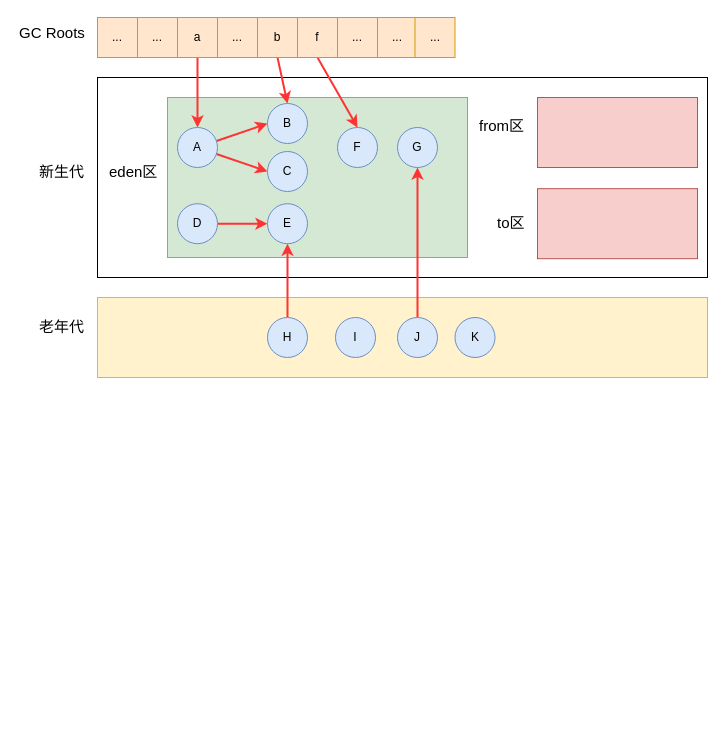
Before: 图解 Remembered Set、Card Table、Write Barrier/图解 Remembered Set、Card Table、Write Barrier.drawio in zero-97/picture-of-the-article, a draw.io diagram. Source tidied: cells renumbered, new cells numbered last; positions are measured from the earlier drawing's top-left corner, leaving out a move shared by most shapes. Both pictures are drawn from the tidied source at 100%, with x=0, y=0 at pixel (17, 17).
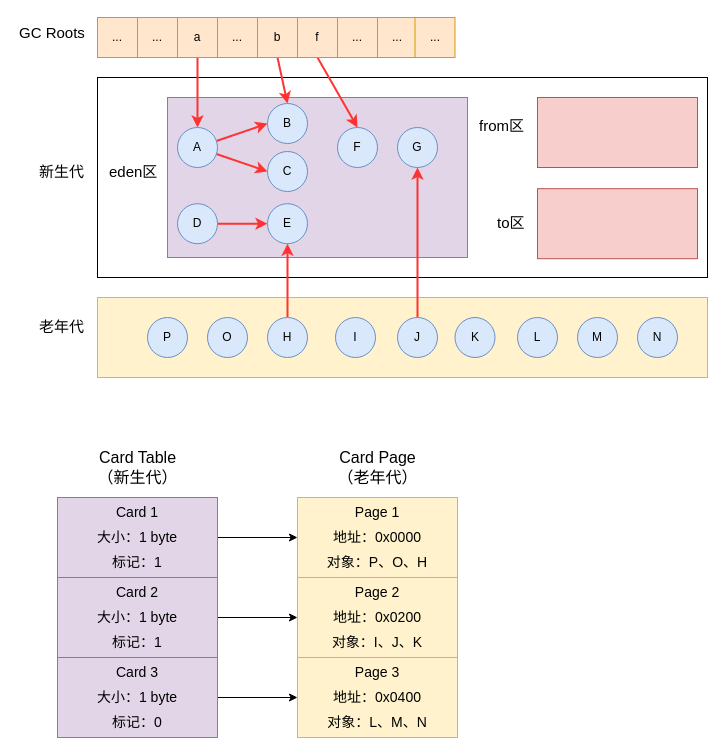
The same diagram, later.

What changed in the source:
```diff
@@
-    <mxCell id="11" style="rounded=0;whiteSpace=wrap;html=1;fillColor=#d5e8d4;strokeColor=#82b366;" parent="1" vertex="1">
+    <mxCell id="11" style="rounded=0;whiteSpace=wrap;html=1;fillColor=#e1d5e7;strokeColor=#9673a6;" parent="1" vertex="1">
       <mxGeometry x="150" y="80" width="300" height="160" as="geometry" />
     </mxCell>
@@
+    <mxCell id="41" value="L" style="ellipse;whiteSpace=wrap;html=1;fillColor=#dae8fc;strokeColor=#6c8ebf;" parent="1" vertex="1">
+      <mxGeometry x="500" y="300" width="40" height="40" as="geometry" />
+    </mxCell>
+    <mxCell id="42" value="M" style="ellipse;whiteSpace=wrap;html=1;fillColor=#dae8fc;strokeColor=#6c8ebf;" parent="1" vertex="1">
+      <mxGeometry x="560" y="300" width="40" height="40" as="geometry" />
+    </mxCell>
+    <mxCell id="43" value="N" style="ellipse;whiteSpace=wrap;html=1;fillColor=#dae8fc;strokeColor=#6c8ebf;" parent="1" vertex="1">
+      <mxGeometry x="620" y="300" width="40" height="40" as="geometry" />
+    </mxCell>
+    <mxCell id="44" value="O" style="ellipse;whiteSpace=wrap;html=1;fillColor=#dae8fc;strokeColor=#6c8ebf;" parent="1" vertex="1">
+      <mxGeometry x="190" y="300" width="40" height="40" as="geometry" />
+    </mxCell>
+    <mxCell id="45" value="P" style="ellipse;whiteSpace=wrap;html=1;fillColor=#dae8fc;strokeColor=#6c8ebf;" parent="1" vertex="1">
+      <mxGeometry x="130" y="300" width="40" height="40" as="geometry" />
+    </mxCell>
+    <mxCell id="46" style="edgeStyle=orthogonalEdgeStyle;rounded=0;jettySize=auto;html=1;entryX=0;entryY=0.5;entryDx=0;entryDy=0;fontSize=14;" parent="1" edge="1" source="69" target="52">
+      <mxGeometry relative="1" as="geometry" />
+    </mxCell>
+    <mxCell id="47" style="edgeStyle=orthogonalEdgeStyle;rounded=0;jettySize=auto;html=1;entryX=0;entryY=0.5;entryDx=0;entryDy=0;fontSize=14;" parent="1" edge="1" source="74" target="57">
+      <mxGeometry relative="1" as="geometry" />
+    </mxCell>
+    <mxCell id="48" style="edgeStyle=orthogonalEdgeStyle;rounded=0;jettySize=auto;html=1;entryX=0;entryY=0.5;entryDx=0;entryDy=0;fontSize=14;" parent="1" edge="1" source="79" target="62">
+      <mxGeometry relative="1" as="geometry" />
+    </mxCell>
+    <mxCell id="49" style="group;" parent="1" vertex="1">
+      <mxGeometry x="280" y="430" width="160" height="290" as="geometry" />
+    </mxCell>
+    <mxCell id="50" value="&lt;font style=&quot;font-size: 16px&quot;&gt;Card Page&lt;br&gt;（老年代）&lt;br&gt;&lt;/font&gt;" style="text;html=1;align=center;verticalAlign=middle;strokeColor=none;fillColor=none;" parent="49" vertex="1">
+      <mxGeometry x="30" width="100" height="40" as="geometry" />
+    </mxCell>
+    <mxCell id="51" style="group;" parent="49" vertex="1">
+      <mxGeometry y="50" width="160" height="80" as="geometry" />
+    </mxCell>
+    <mxCell id="52" style="rounded=0;whiteSpace=wrap;html=1;fillColor=#fff2cc;strokeColor=#d6b656;" parent="51" vertex="1">
+      <mxGeometry width="160" height="80" as="geometry" />
+    </mxCell>
+    <mxCell id="53" value="Page 1" style="text;html=1;strokeColor=none;fillColor=none;align=center;verticalAlign=middle;whiteSpace=wrap;rounded=0;fontSize=14;" parent="51" vertex="1">
+      <mxGeometry x="50" width="60" height="30" as="geometry" />
+    </mxCell>
+    <mxCell id="54" value="地址：0x0000" style="text;html=1;strokeColor=none;fillColor=none;align=center;verticalAlign=middle;whiteSpace=wrap;rounded=0;fontSize=14;" parent="51" vertex="1">
+      <mxGeometry x="30" y="25" width="100" height="30" as="geometry" />
+    </mxCell>
+    <mxCell id="55" value="对象：P、O、H" style="text;html=1;strokeColor=none;fillColor=none;align=center;verticalAlign=middle;whiteSpace=wrap;rounded=0;fontSize=14;" parent="51" vertex="1">
+      <mxGeometry x="15" y="50" width="130" height="30" as="geometry" />
+    </mxCell>
+    <mxCell id="56" style="group;fillColor=#fff2cc;strokeColor=#d6b656;" parent="49" vertex="1">
+      <mxGeometry y="130" width="160" height="80" as="geometry" />
+    </mxCell>
+    <mxCell id="57" style="rounded=0;whiteSpace=wrap;html=1;fillColor=#fff2cc;strokeColor=#d6b656;" parent="56" vertex="1">
+      <mxGeometry width="160" height="80" as="geometry" />
+    </mxCell>
+    <mxCell id="58" value="Page 2" style="text;html=1;strokeColor=none;fillColor=none;align=center;verticalAlign=middle;whiteSpace=wrap;rounded=0;fontSize=14;" parent="56" vertex="1">
+      <mxGeometry x="50" width="60" height="30" as="geometry" />
+    </mxCell>
+    <mxCell id="59" value="地址：0x0200" style="text;html=1;strokeColor=none;fillColor=none;align=center;verticalAlign=middle;whiteSpace=wrap;rounded=0;fontSize=14;" parent="56" vertex="1">
+      <mxGeometry x="30" y="25" width="100" height="30" as="geometry" />
+    </mxCell>
+    <mxCell id="60" value="对象：I、J、K" style="text;html=1;strokeColor=none;fillColor=none;align=center;verticalAlign=middle;whiteSpace=wrap;rounded=0;fontSize=14;" parent="56" vertex="1">
+      <mxGeometry x="15" y="50" width="130" height="30" as="geometry" />
+    </mxCell>
+    <mxCell id="61" style="group;fillColor=#fff2cc;strokeColor=#d6b656;" parent="49" vertex="1">
+      <mxGeometry y="210" width="160" height="80" as="geometry" />
+    </mxCell>
+    <mxCell id="62" style="rounded=0;whiteSpace=wrap;html=1;fillColor=#fff2cc;strokeColor=#d6b656;" parent="61" vertex="1">
+      <mxGeometry width="160" height="80" as="geometry" />
+    </mxCell>
+    <mxCell id="63" value="Page 3" style="text;html=1;strokeColor=none;fillColor=none;align=center;verticalAlign=middle;whiteSpace=wrap;rounded=0;fontSize=14;" parent="61" vertex="1">
+      <mxGeometry x="50" width="60" height="30" as="geometry" />
+    </mxCell>
+    <mxCell id="64" value="地址：0x0400" style="text;html=1;strokeColor=none;fillColor=none;align=center;verticalAlign=middle;whiteSpace=wrap;rounded=0;fontSize=14;" parent="61" vertex="1">
+      <mxGeometry x="30" y="25" width="100" height="30" as="geometry" />
+    </mxCell>
+    <mxCell id="65" value="对象：L、M、N" style="text;html=1;strokeColor=none;fillColor=none;align=center;verticalAlign=middle;whiteSpace=wrap;rounded=0;fontSize=14;" parent="61" vertex="1">
+      <mxGeometry x="15" y="50" width="130" height="30" as="geometry" />
+    </mxCell>
+    <mxCell id="66" style="group;" parent="1" vertex="1">
+      <mxGeometry x="40" y="430" width="160" height="290" as="geometry" />
+    </mxCell>
+    <mxCell id="67" value="&lt;font style=&quot;font-size: 16px&quot;&gt;Card Table&lt;br&gt;（新生代）&lt;br&gt;&lt;/font&gt;" style="text;html=1;align=center;verticalAlign=middle;strokeColor=none;fillColor=none;" parent="66" vertex="1">
+      <mxGeometry x="30" width="100" height="40" as="geometry" />
+    </mxCell>
+    <mxCell id="68" style="group;fillColor=#e1d5e7;strokeColor=#9673a6;" parent="66" vertex="1">
+      <mxGeometry y="50" width="160" height="80" as="geometry" />
+    </mxCell>
+    <mxCell id="69" style="rounded=0;whiteSpace=wrap;html=1;fillColor=#e1d5e7;strokeColor=#9673a6;" parent="68" vertex="1">
+      <mxGeometry width="160" height="80" as="geometry" />
+    </mxCell>
+    <mxCell id="70" value="Card 1" style="text;html=1;strokeColor=none;fillColor=none;align=center;verticalAlign=middle;whiteSpace=wrap;rounded=0;fontSize=14;" parent="68" vertex="1">
+      <mxGeometry x="50" width="60" height="30" as="geometry" />
+    </mxCell>
+    <mxCell id="71" value="大小：1 byte" style="text;html=1;strokeColor=none;fillColor=none;align=center;verticalAlign=middle;whiteSpace=wrap;rounded=0;fontSize=14;" parent="68" vertex="1">
+      <mxGeometry x="30" y="25" width="100" height="30" as="geometry" />
+    </mxCell>
+    <mxCell id="72" value="标记：1" style="text;html=1;strokeColor=none;fillColor=none;align=center;verticalAlign=middle;whiteSpace=wrap;rounded=0;fontSize=14;" parent="68" vertex="1">
+      <mxGeometry x="30" y="50" width="100" height="30" as="geometry" />
+    </mxCell>
+    <mxCell id="73" style="group;fillColor=#e1d5e7;strokeColor=#9673a6;" parent="66" vertex="1">
+      <mxGeometry y="130" width="160" height="80" as="geometry" />
+    </mxCell>
+    <mxCell id="74" style="rounded=0;whiteSpace=wrap;html=1;fillColor=#e1d5e7;strokeColor=#9673a6;" parent="73" vertex="1">
+      <mxGeometry width="160" height="80" as="geometry" />
+    </mxCell>
+    <mxCell id="75" value="Card 2" style="text;html=1;strokeColor=none;fillColor=none;align=center;verticalAlign=middle;whiteSpace=wrap;rounded=0;fontSize=14;" parent="73" vertex="1">
+      <mxGeometry x="50" width="60" height="30" as="geometry" />
+    </mxCell>
+    <mxCell id="76" value="大小：1 byte" style="text;html=1;strokeColor=none;fillColor=none;align=center;verticalAlign=middle;whiteSpace=wrap;rounded=0;fontSize=14;" parent="73" vertex="1">
+      <mxGeometry x="30" y="25" width="100" height="30" as="geometry" />
+    </mxCell>
+    <mxCell id="77" value="标记：1" style="text;html=1;strokeColor=none;fillColor=none;align=center;verticalAlign=middle;whiteSpace=wrap;rounded=0;fontSize=14;" parent="73" vertex="1">
+      <mxGeometry x="30" y="50" width="100" height="30" as="geometry" />
+    </mxCell>
+    <mxCell id="78" style="group;" parent="66" vertex="1">
+      <mxGeometry y="210" width="160" height="80" as="geometry" />
+    </mxCell>
+    <mxCell id="79" style="rounded=0;whiteSpace=wrap;html=1;fillColor=#e1d5e7;strokeColor=#9673a6;" parent="78" vertex="1">
+      <mxGeometry width="160" height="80" as="geometry" />
+    </mxCell>
+    <mxCell id="80" value="Card 3" style="text;html=1;strokeColor=none;fillColor=none;align=center;verticalAlign=middle;whiteSpace=wrap;rounded=0;fontSize=14;" parent="78" vertex="1">
+      <mxGeometry x="50" width="60" height="30" as="geometry" />
+    </mxCell>
+    <mxCell id="81" value="大小：1 byte" style="text;html=1;strokeColor=none;fillColor=none;align=center;verticalAlign=middle;whiteSpace=wrap;rounded=0;fontSize=14;" parent="78" vertex="1">
+      <mxGeometry x="30" y="25" width="100" height="30" as="geometry" />
+    </mxCell>
+    <mxCell id="82" value="标记：0" style="text;html=1;strokeColor=none;fillColor=none;align=center;verticalAlign=middle;whiteSpace=wrap;rounded=0;fontSize=14;" parent="78" vertex="1">
+      <mxGeometry x="30" y="50" width="100" height="30" as="geometry" />
+    </mxCell>
```
